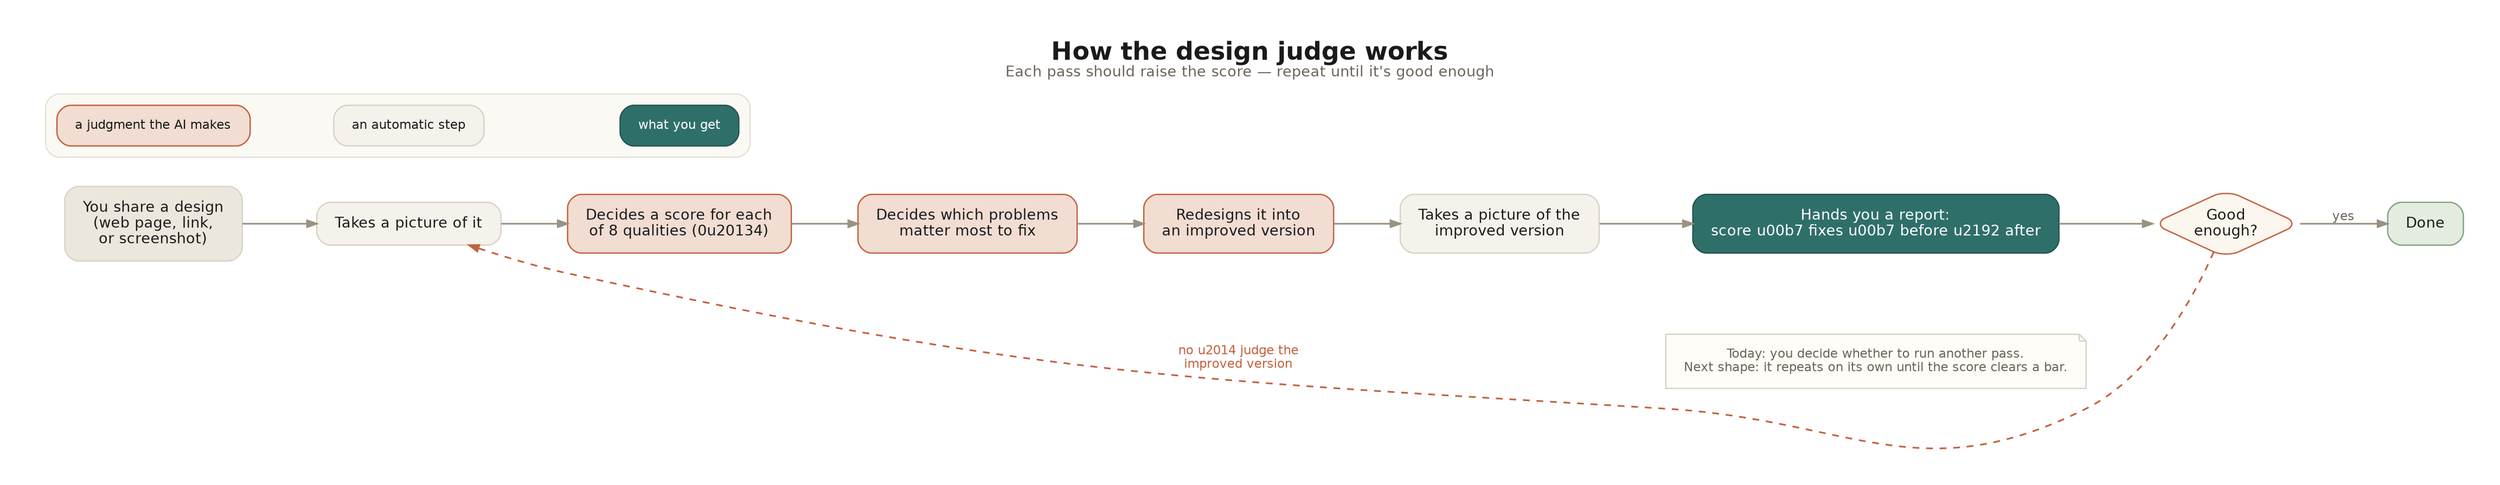
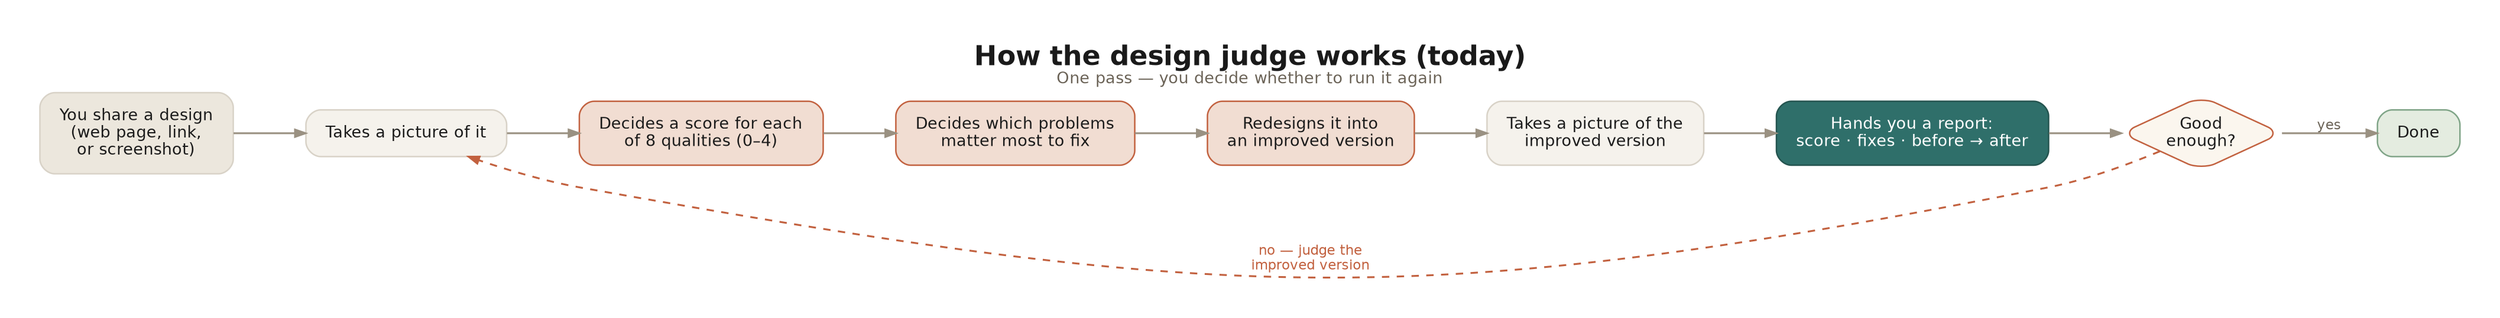
- // How the design judge works — shows AI judgments vs automatic steps, and the loop.
- // Render: dot -Tpng -Gdpi=150 docs/design-loop-workflow.dot -o docs/design-loop-workflow.png
+ // Plain-language workflow of the judge (today's single-pass shape). UTF-8 glyphs.
digraph design_loop {
-   rankdir=LR;
-   bgcolor="white";
-   pad=0.45;
-   nodesep=0.5;
-   ranksep=0.8;
-   fontname="Helvetica";
-   labelloc="t";
-   fontsize=22;
-   fontcolor="#1A1A1A";
-   label=<<b>How the design judge works</b><br/><font point-size="13" color="#6B6357">Each pass should raise the score — repeat until it's good enough</font>>;
- 
+   rankdir=LR; bgcolor="white"; pad=0.45; nodesep=0.5; ranksep=0.8;
+   fontname="Helvetica"; labelloc="t"; fontsize=22; fontcolor="#1A1A1A";
+   label=<<b>How the design judge works (today)</b><br/><font point-size="13" color="#6B6357">One pass — you decide whether to run it again</font>>;
  node [shape=box, style="rounded,filled", fontname="Helvetica", fontsize=13,
-         color="#D8D2C7", fillcolor="#F5F2EC", fontcolor="#1A1A1A",
-         margin="0.22,0.16", penwidth=1.2];
-   edge [color="#9A9182", penwidth=1.5, arrowsize=0.85, fontname="Helvetica",
-         fontsize=11, fontcolor="#6B6357"];
- 
-   // Automatic (mechanical) steps — neutral
+         color="#D8D2C7", fillcolor="#F5F2EC", fontcolor="#1A1A1A", margin="0.22,0.16", penwidth=1.2];
+   edge [color="#9A9182", penwidth=1.5, arrowsize=0.85, fontname="Helvetica", fontsize=11, fontcolor="#6B6357"];
  share [label="You share a design\n(web page, link,\nor screenshot)", fillcolor="#ECE7DD"];
  pic1  [label="Takes a picture of it"];
+   score [label="Decides a score for each\nof 8 qualities (0–4)", fillcolor="#F1DDD2", color="#C2613F"];
+   pick  [label="Decides which problems\nmatter most to fix", fillcolor="#F1DDD2", color="#C2613F"];
+   rebuild [label="Redesigns it into\nan improved version", fillcolor="#F1DDD2", color="#C2613F"];
  pic2  [label="Takes a picture of the\nimproved version"];
- 
-   // AI judgments — terracotta (these are the decisions the model makes)
-   score   [label="Decides a score for each\nof 8 qualities (0\u20134)", fillcolor="#F1DDD2", color="#C2613F"];
-   pick    [label="Decides which problems\nmatter most to fix", fillcolor="#F1DDD2", color="#C2613F"];
-   rebuild [label="Redesigns it into\nan improved version", fillcolor="#F1DDD2", color="#C2613F"];
- 
-   // What you get — teal
-   report [label="Hands you a report:\nscore \u00b7 fixes \u00b7 before \u2192 after",
-           fillcolor="#2F6F6A", fontcolor="white", color="#24544F"];
- 
-   // The human/loop decision
+   report [label="Hands you a report:\nscore · fixes · before → after", fillcolor="#2F6F6A", fontcolor="white", color="#24544F"];
  check [shape=diamond, label="Good\nenough?", fillcolor="#FBF6EE", color="#C2613F", margin="0.05,0.02"];
  done  [label="Done", fillcolor="#E4ECE0", color="#7FA487"];
- 
  share -> pic1 -> score -> pick -> rebuild -> pic2 -> report -> check;
  check -> done [label="yes"];
-   check -> pic1 [label="no \u2014 judge the\nimproved version", style=dashed,
-                  color="#C2613F", fontcolor="#C2613F", constraint=false];
- 
-   // Honest note about today vs. next
-   note [shape=note, fillcolor="#FFFDF8", color="#D8D2C7", fontsize=11, fontcolor="#6B6357",
-         label="Today: you decide whether to run another pass.\nNext shape: it repeats on its own until the score clears a bar."];
-   report -> note [style=invis];
-   { rank=same; report; note; }
- 
-   // Legend
-   subgraph cluster_legend {
-     label="";
-     style="rounded,filled"; fillcolor="#FBF9F4"; color="#E3DCCF"; margin=10;
-     lj [label="a judgment the AI makes", fillcolor="#F1DDD2", color="#C2613F", fontsize=11];
-     la [label="an automatic step", fillcolor="#F5F2EC", fontsize=11];
-     lr [label="what you get", fillcolor="#2F6F6A", fontcolor="white", color="#24544F", fontsize=11];
-     lj -> la -> lr [style=invis];
-   }
+   check -> pic1 [label="no — judge the\nimproved version", style=dashed, color="#C2613F", fontcolor="#C2613F", constraint=false];
}
